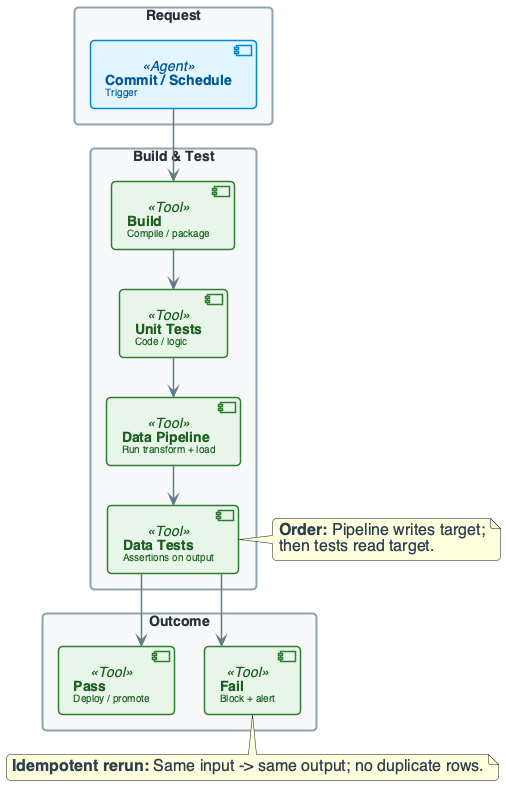
Before: diagrams/week13/week13_lecture_slide22_test_execution_flow.png, a diagram exported from PlantUML (OrPerets/data-engineering-course).
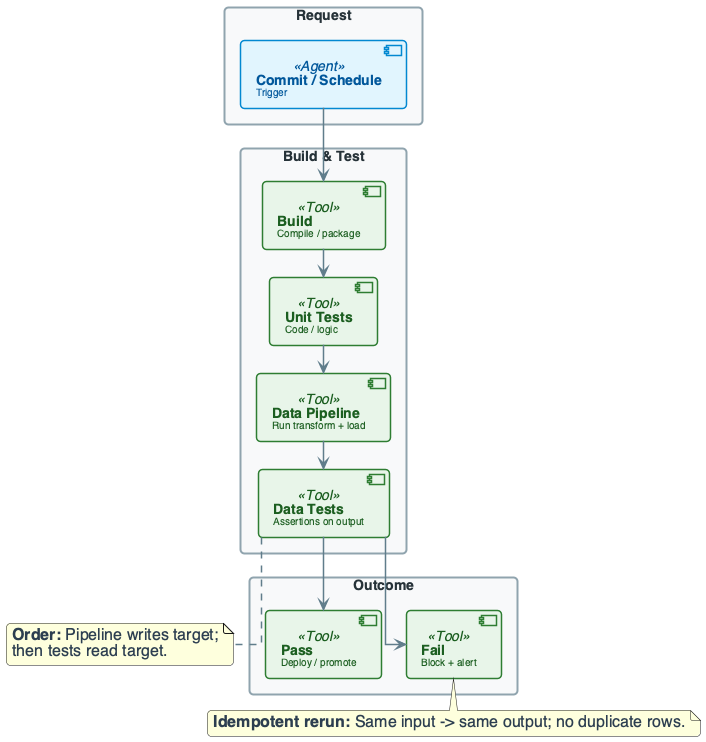
Later version of the same file.

What changed in the source:
```diff
@@ -5,8 +5,8 @@
 skinparam shadowing false
 skinparam roundcorner 8
 skinparam handwritten false
-skinparam nodesep 30
-skinparam ranksep 40
+skinparam nodesep 24
+skinparam ranksep 28
 
 skinparam defaultFontName "Segoe UI, Helvetica, sans-serif"
 skinparam defaultFontSize 16
@@ -141,7 +141,7 @@
 DTEST --> PASS
 DTEST --> FAIL
 
-note right of DTEST : **Order:** Pipeline writes target;\nthen tests read target.
+note bottom of DTEST : **Order:** Pipeline writes target;\nthen tests read target.
 note bottom of FAIL : **Idempotent rerun:** Same input -> same output; no duplicate rows.
 
 @enduml
```
